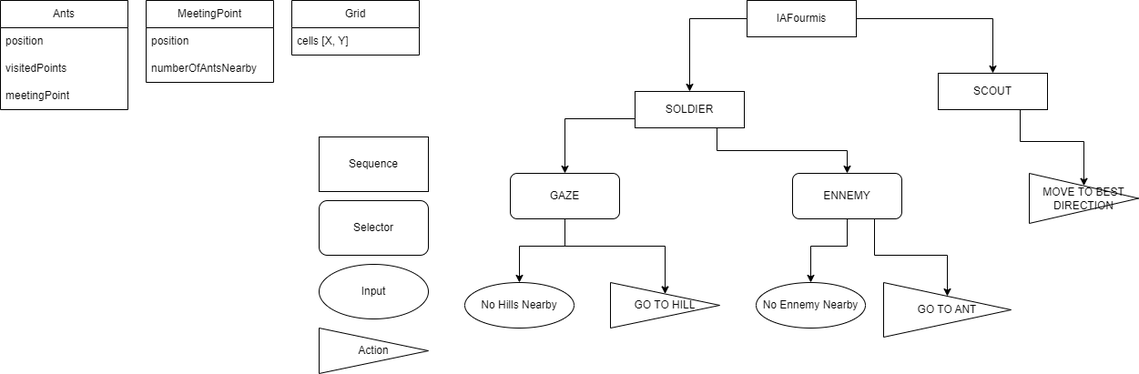
This is IAFourmis.drawio.png from Daxxas/ants_bot, a draw.io export, as it was before one commit. Source tidied: cells renumbered, new cells last; positions are measured from the earlier drawing's top-left corner, leaving out a move shared by most shapes.
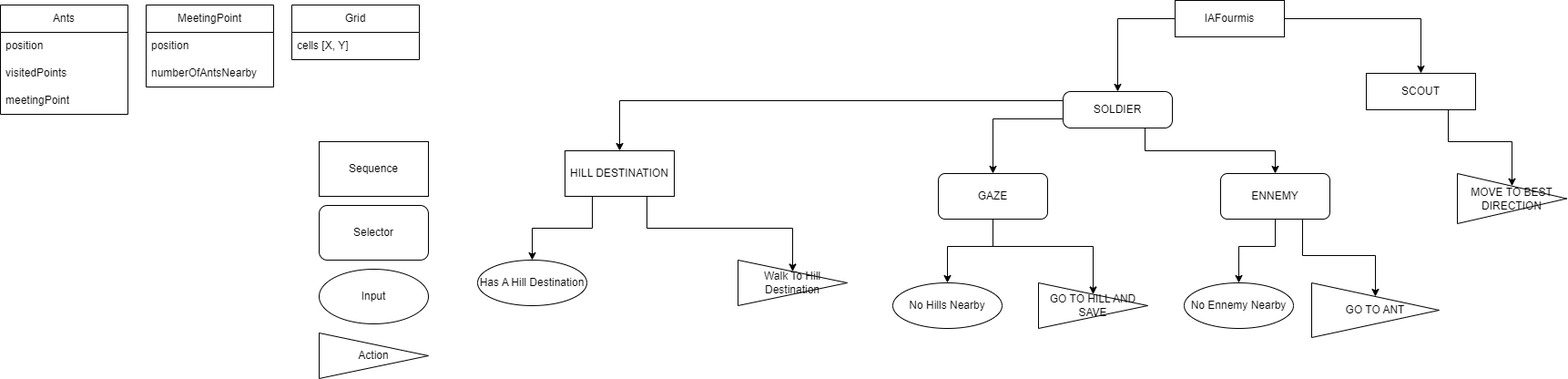
Later version of the same file.

Diff of the diagram source:
```diff
@@ -11,7 +11,10 @@
     <mxCell id="4" style="edgeStyle=orthogonalEdgeStyle;rounded=0;jettySize=auto;html=1;exitX=0;exitY=0.75;exitDx=0;exitDy=0;entryX=0.5;entryY=0;entryDx=0;entryDy=0;" parent="1" edge="1" source="5" target="24">
       <mxGeometry relative="1" as="geometry" />
     </mxCell>
+    <mxCell id="34" style="edgeStyle=orthogonalEdgeStyle;rounded=0;jettySize=auto;html=1;exitX=0;exitY=0.25;exitDx=0;exitDy=0;entryX=0.5;entryY=0;entryDx=0;entryDy=0;" parent="1" edge="1" source="5" target="37">
+      <mxGeometry relative="1" as="geometry" />
+    </mxCell>
-    <mxCell id="5" value="SOLDIER" style="rounded=1;whiteSpace=wrap;html=1;arcSize=0;" parent="1" vertex="1">
+    <mxCell id="5" value="SOLDIER" style="rounded=1;whiteSpace=wrap;html=1;arcSize=21;" parent="1" vertex="1">
       <mxGeometry x="697" y="100" width="120" height="40" as="geometry" />
     </mxCell>
     <mxCell id="6" style="endArrow=classic;html=1;rounded=0;exitX=0;exitY=0.5;exitDx=0;exitDy=0;entryX=0.5;entryY=0;entryDx=0;entryDy=0;" parent="1" edge="1" source="2" target="5">
@@ -35,7 +38,7 @@
       </mxGeometry>
     </mxCell>
     <mxCell id="10" value="Ants" style="swimlane;fontStyle=0;horizontal=1;startSize=30;whiteSpace=wrap;html=1;" parent="1" vertex="1">
-      <mxGeometry width="140" height="120" as="geometry" />
+      <mxGeometry x="-470" y="5" width="140" height="120" as="geometry" />
     </mxCell>
     <mxCell id="11" value="position" style="text;strokeColor=none;fillColor=none;align=left;verticalAlign=middle;spacingLeft=4;spacingRight=4;overflow=hidden;whiteSpace=wrap;html=1;" parent="10" vertex="1">
       <mxGeometry y="30" width="140" height="30" as="geometry" />
@@ -47,7 +50,7 @@
       <mxGeometry y="90" width="140" height="30" as="geometry" />
     </mxCell>
     <mxCell id="14" value="MeetingPoint" style="swimlane;fontStyle=0;horizontal=1;startSize=30;whiteSpace=wrap;html=1;" parent="1" vertex="1">
-      <mxGeometry x="160" width="140" height="90" as="geometry" />
+      <mxGeometry x="-310" y="5" width="140" height="90" as="geometry" />
     </mxCell>
     <mxCell id="15" value="position" style="text;strokeColor=none;fillColor=none;align=left;verticalAlign=middle;spacingLeft=4;spacingRight=4;overflow=hidden;whiteSpace=wrap;html=1;" parent="14" vertex="1">
       <mxGeometry y="30" width="140" height="30" as="geometry" />
@@ -56,7 +59,7 @@
       <mxGeometry y="60" width="140" height="30" as="geometry" />
     </mxCell>
     <mxCell id="17" value="Grid" style="swimlane;fontStyle=0;horizontal=1;startSize=30;whiteSpace=wrap;html=1;" parent="1" vertex="1">
-      <mxGeometry x="320" width="140" height="60" as="geometry" />
+      <mxGeometry x="-150" y="5" width="140" height="60" as="geometry" />
     </mxCell>
     <mxCell id="18" value="cells [X, Y]" style="text;strokeColor=none;fillColor=none;align=left;verticalAlign=middle;spacingLeft=4;spacingRight=4;overflow=hidden;whiteSpace=wrap;html=1;" parent="17" vertex="1">
       <mxGeometry y="30" width="140" height="30" as="geometry" />
@@ -65,16 +68,16 @@
       <mxGeometry x="1130" y="190" width="120" height="55" as="geometry" />
     </mxCell>
     <mxCell id="20" value="Sequence" style="rounded=0;whiteSpace=wrap;html=1;" parent="1" vertex="1">
-      <mxGeometry x="350" y="150" width="120" height="60" as="geometry" />
+      <mxGeometry x="-120" y="155" width="120" height="60" as="geometry" />
     </mxCell>
     <mxCell id="21" value="Selector" style="rounded=1;whiteSpace=wrap;html=1;" parent="1" vertex="1">
-      <mxGeometry x="350" y="220" width="120" height="60" as="geometry" />
+      <mxGeometry x="-120" y="225" width="120" height="60" as="geometry" />
     </mxCell>
     <mxCell id="22" value="Input" style="ellipse;whiteSpace=wrap;html=1;" parent="1" vertex="1">
-      <mxGeometry x="350" y="290" width="120" height="60" as="geometry" />
+      <mxGeometry x="-120" y="295" width="120" height="60" as="geometry" />
     </mxCell>
     <mxCell id="23" value="Action" style="triangle;whiteSpace=wrap;html=1;" parent="1" vertex="1">
-      <mxGeometry x="350" y="360" width="120" height="50" as="geometry" />
+      <mxGeometry x="-120" y="365" width="120" height="50" as="geometry" />
     </mxCell>
     <mxCell id="24" value="GAZE" style="rounded=1;whiteSpace=wrap;html=1;" parent="1" vertex="1">
       <mxGeometry x="560" y="190" width="120" height="50" as="geometry" />
@@ -82,7 +85,7 @@
     <mxCell id="25" value="No Hills Nearby" style="ellipse;whiteSpace=wrap;html=1;" parent="1" vertex="1">
       <mxGeometry x="510" y="310" width="120" height="50" as="geometry" />
     </mxCell>
-    <mxCell id="26" value="GO TO HILL" style="triangle;whiteSpace=wrap;html=1;" parent="1" vertex="1">
+    <mxCell id="26" value="GO TO HILL AND SAVE" style="triangle;whiteSpace=wrap;html=1;" parent="1" vertex="1">
       <mxGeometry x="670" y="310" width="120" height="50" as="geometry" />
     </mxCell>
     <mxCell id="27" style="endArrow=classic;html=1;rounded=0;exitX=0.5;exitY=1;exitDx=0;exitDy=0;entryX=0.5;entryY=0;entryDx=0;entryDy=0;" parent="1" edge="1" source="24" target="25">
@@ -126,5 +129,20 @@
         </Array>
       </mxGeometry>
     </mxCell>
+    <mxCell id="35" style="edgeStyle=orthogonalEdgeStyle;rounded=0;jettySize=auto;html=1;exitX=0.75;exitY=1;exitDx=0;exitDy=0;entryX=0.5;entryY=0;entryDx=0;entryDy=0;" parent="1" edge="1" source="37" target="39">
+      <mxGeometry relative="1" as="geometry" />
+    </mxCell>
+    <mxCell id="36" style="edgeStyle=orthogonalEdgeStyle;rounded=0;jettySize=auto;html=1;exitX=0.25;exitY=1;exitDx=0;exitDy=0;entryX=0.5;entryY=0;entryDx=0;entryDy=0;" parent="1" edge="1" source="37" target="38">
+      <mxGeometry relative="1" as="geometry" />
+    </mxCell>
+    <mxCell id="37" value="HILL DESTINATION" style="rounded=1;whiteSpace=wrap;html=1;arcSize=0;" parent="1" vertex="1">
+      <mxGeometry x="150" y="165" width="120" height="50" as="geometry" />
+    </mxCell>
+    <mxCell id="38" value="Has A Hill Destination" style="ellipse;whiteSpace=wrap;html=1;" parent="1" vertex="1">
+      <mxGeometry x="54" y="285" width="120" height="50" as="geometry" />
+    </mxCell>
+    <mxCell id="39" value="Walk To Hill Destination" style="triangle;whiteSpace=wrap;html=1;" parent="1" vertex="1">
+      <mxGeometry x="340" y="285" width="120" height="50" as="geometry" />
+    </mxCell>
   </root>
 </mxGraphModel>
```
